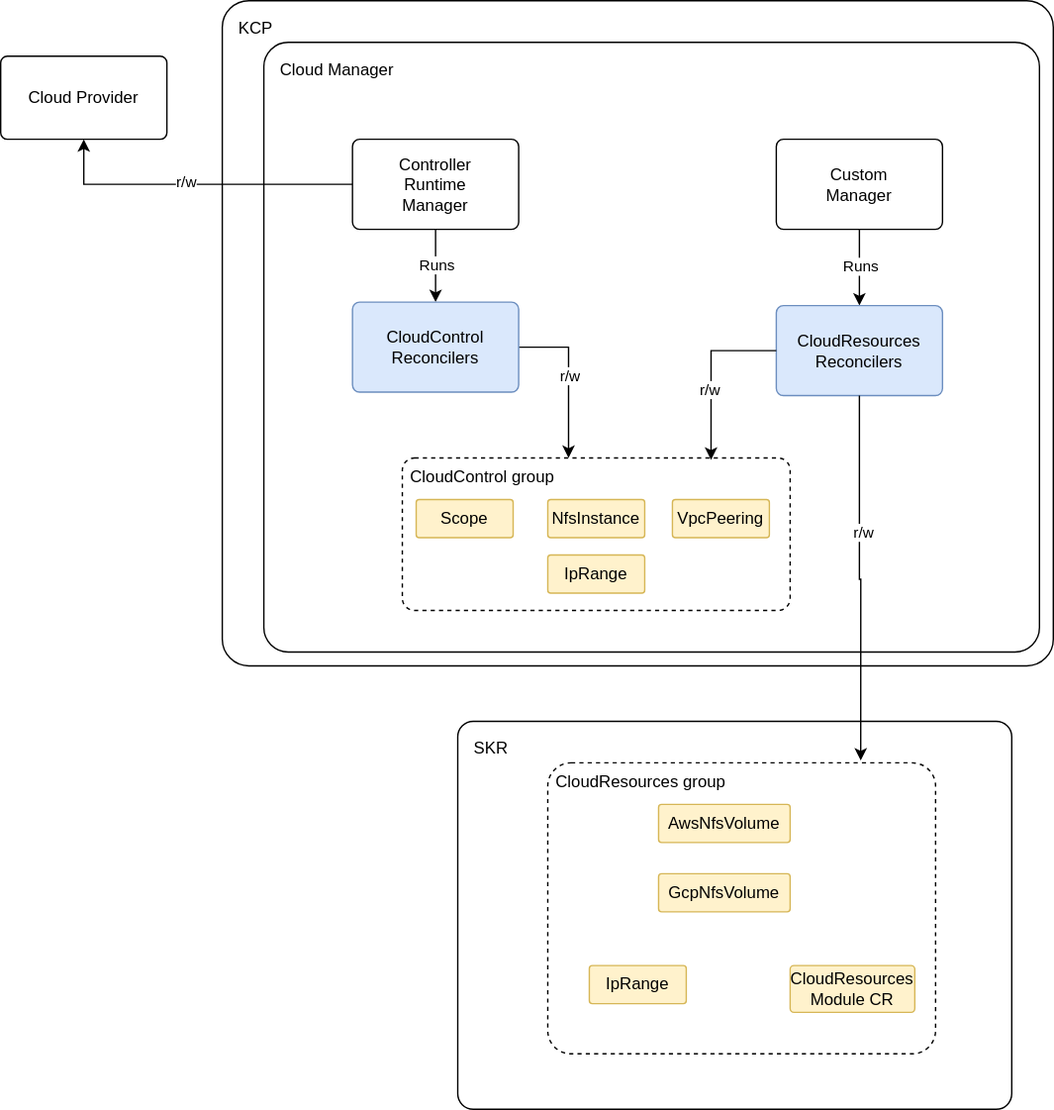
Earlier version of the draw.io export docs/contributor/architecture/assets/api-and-reconcilers.drawio.svg (kyma-project/cloud-manager). Source tidied: cells renumbered, new cells last; positions are measured from the earlier drawing's top-left corner, leaving out a move shared by most shapes.
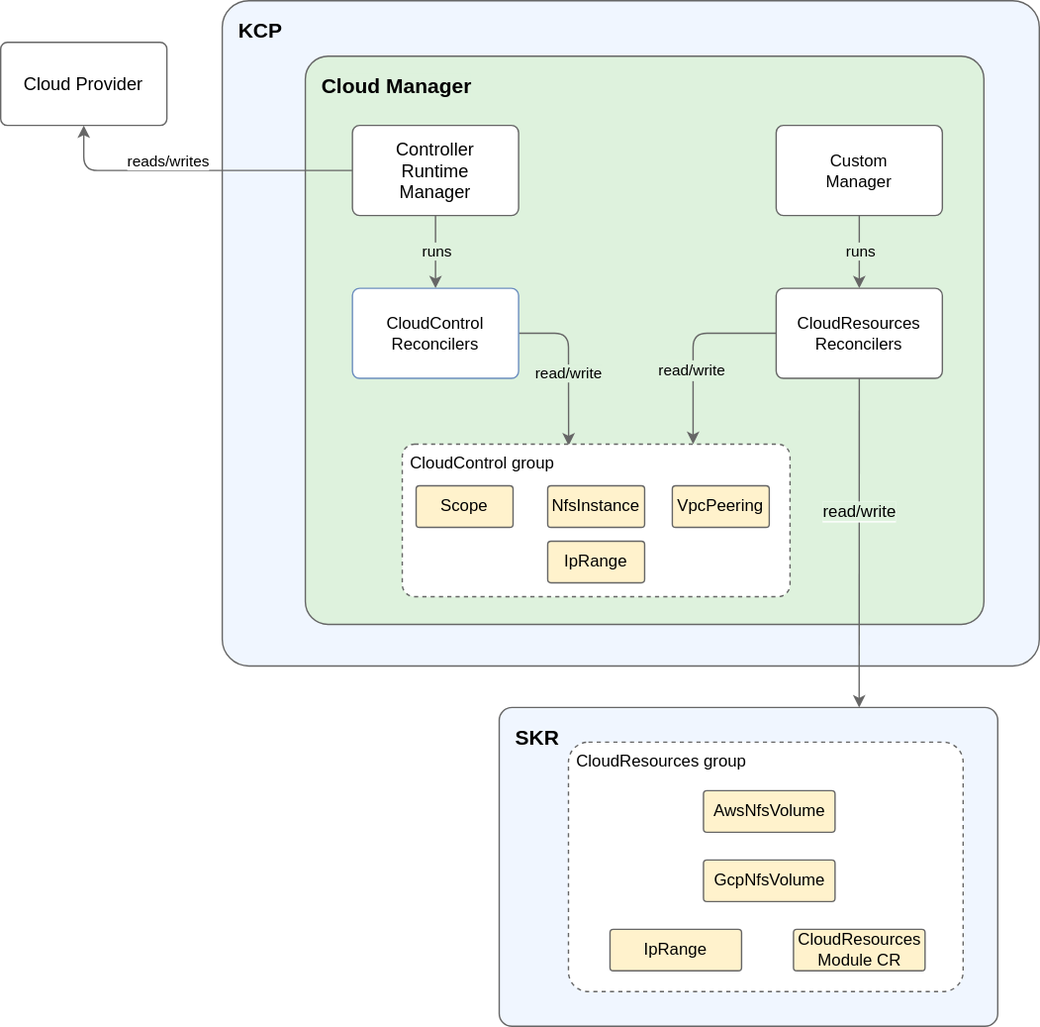
The same file after the commit.

Commit message:
Align diagrams with content guidelines

Diff of the diagram source:
```diff
@@ -1,106 +1,118 @@
-<mxGraphModel>
+<mxGraphModel background="#FFFFFF">
   <root>
     <mxCell id="0" />
     <mxCell id="1" parent="0" />
-    <mxCell id="2" value="Cloud Provider" style="rounded=1;whiteSpace=wrap;html=1;arcSize=8;" parent="1" vertex="1">
+    <mxCell id="2" value="Cloud Provider" style="rounded=1;whiteSpace=wrap;html=1;arcSize=8;strokeColor=#666666;fillColor=#FFFFFF;fontSize=13;fontColor=#000000;" parent="1" vertex="1">
       <mxGeometry y="40" width="120" height="60" as="geometry" />
     </mxCell>
-    <mxCell id="3" value="KCP" style="rounded=1;whiteSpace=wrap;html=1;align=left;verticalAlign=top;spacingLeft=4;spacing=8;perimeterSpacing=0;glass=0;shadow=0;arcSize=4;" parent="1" vertex="1">
-      <mxGeometry x="160" width="600" height="480" as="geometry" />
+    <mxCell id="3" value="&lt;font size=&quot;1&quot; style=&quot;background-color: rgb(240, 246, 255);&quot; color=&quot;#000000&quot;&gt;&lt;b style=&quot;font-size: 15px;&quot;&gt;KCP&lt;/b&gt;&lt;/font&gt;" style="rounded=1;whiteSpace=wrap;html=1;align=left;verticalAlign=top;spacingLeft=4;spacing=8;perimeterSpacing=0;glass=0;shadow=0;arcSize=4;fillColor=#F0F6FF;strokeColor=#666666;" parent="1" vertex="1">
+      <mxGeometry x="160" y="10" width="590" height="480" as="geometry" />
     </mxCell>
-    <mxCell id="4" value="Cloud Manager" style="rounded=1;whiteSpace=wrap;html=1;align=left;verticalAlign=top;spacingLeft=4;spacing=8;arcSize=4;" parent="1" vertex="1">
-      <mxGeometry x="190" y="30" width="560" height="440" as="geometry" />
+    <mxCell id="4" value="&lt;font style=&quot;background-color: rgb(222, 242, 221); font-size: 15px;&quot; color=&quot;#000000&quot;&gt;&lt;b&gt;Cloud Manager&lt;/b&gt;&lt;/font&gt;" style="rounded=1;whiteSpace=wrap;html=1;align=left;verticalAlign=top;spacingLeft=4;spacing=8;arcSize=4;fillColor=#DEF2DD;strokeColor=#666666;" parent="1" vertex="1">
+      <mxGeometry x="220" y="50" width="490" height="410" as="geometry" />
     </mxCell>
-    <mxCell id="5" style="edgeStyle=orthogonalEdgeStyle;rounded=0;jettySize=auto;html=1;entryX=0.5;entryY=0;entryDx=0;entryDy=0;" parent="1" edge="1" source="9" target="15">
-      <mxGeometry relative="1" as="geometry" />
+    <mxCell id="5" style="edgeStyle=orthogonalEdgeStyle;rounded=1;jettySize=auto;html=1;entryX=0.5;entryY=0;entryDx=0;entryDy=0;strokeColor=#666666;fontColor=#000000;" parent="1" edge="1" source="9" target="15">
+      <mxGeometry relative="1" as="geometry">
+        <Array as="points">
+          <mxPoint x="314" y="180" />
+          <mxPoint x="314" y="180" />
+        </Array>
+      </mxGeometry>
     </mxCell>
-    <mxCell id="6" value="Runs" style="edgeLabel;html=1;align=center;verticalAlign=middle;" parent="5" vertex="1">
+    <mxCell id="6" value="runs" style="edgeLabel;html=1;align=center;verticalAlign=middle;labelBackgroundColor=#DEF2DD;fontColor=#000000;" parent="5" vertex="1">
       <mxGeometry x="-0.05" relative="1" as="geometry" />
     </mxCell>
-    <mxCell id="7" style="edgeStyle=orthogonalEdgeStyle;rounded=0;jettySize=auto;html=1;entryX=0.5;entryY=1;entryDx=0;entryDy=0;" parent="1" edge="1" source="9" target="2">
-      <mxGeometry relative="1" as="geometry" />
+    <mxCell id="7" style="edgeStyle=orthogonalEdgeStyle;rounded=1;jettySize=auto;html=1;entryX=0.5;entryY=1;entryDx=0;entryDy=0;strokeColor=#666666;" parent="1" edge="1" source="9" target="2">
+      <mxGeometry relative="1" as="geometry">
+        <Array as="points">
+          <mxPoint x="60" y="133" />
+        </Array>
+      </mxGeometry>
     </mxCell>
-    <mxCell id="8" value="r/w" style="edgeLabel;html=1;align=center;verticalAlign=middle;" parent="7" vertex="1">
-      <mxGeometry x="0.07" y="-2" relative="1" as="geometry" />
+    <mxCell id="8" value="&lt;font style=&quot;background-color: rgb(255, 255, 255);&quot;&gt;reads/writes&lt;/font&gt;" style="edgeLabel;html=1;align=center;verticalAlign=middle;fontColor=#000000;" parent="7" vertex="1">
+      <mxGeometry x="0.07" y="-2" relative="1" as="geometry">
+        <mxPoint x="-13" y="-5" as="offset" />
+      </mxGeometry>
     </mxCell>
-    <mxCell id="9" value="Controller &lt;br&gt;Runtime &lt;br&gt;Manager" style="rounded=1;whiteSpace=wrap;html=1;align=center;verticalAlign=middle;spacingLeft=0;spacing=2;arcSize=8;" parent="1" vertex="1">
+    <mxCell id="9" value="&lt;font color=&quot;#000000&quot; style=&quot;font-size: 13px;&quot;&gt;Controller &lt;br&gt;Runtime &lt;br&gt;Manager&lt;/font&gt;" style="rounded=1;whiteSpace=wrap;html=1;align=center;verticalAlign=middle;spacingLeft=0;spacing=2;arcSize=8;fillColor=#FFFFFF;strokeColor=#666666;" parent="1" vertex="1">
       <mxGeometry x="254" y="100" width="120" height="65" as="geometry" />
     </mxCell>
-    <mxCell id="10" style="edgeStyle=orthogonalEdgeStyle;rounded=0;jettySize=auto;html=1;entryX=0.5;entryY=0;entryDx=0;entryDy=0;" parent="1" edge="1" source="12" target="16">
+    <mxCell id="10" style="edgeStyle=orthogonalEdgeStyle;rounded=1;jettySize=auto;html=1;entryX=0.5;entryY=0;entryDx=0;entryDy=0;strokeColor=#666666;" parent="1" edge="1" source="12" target="16">
       <mxGeometry relative="1" as="geometry" />
     </mxCell>
-    <mxCell id="11" value="Runs" style="edgeLabel;html=1;align=center;verticalAlign=middle;" parent="10" vertex="1">
+    <mxCell id="11" value="runs" style="edgeLabel;html=1;align=center;verticalAlign=middle;fontColor=#000000;labelBackgroundColor=#DEF2DD;" parent="10" vertex="1">
       <mxGeometry x="-0.05" relative="1" as="geometry" />
     </mxCell>
-    <mxCell id="12" value="Custom&lt;br&gt;Manager" style="rounded=1;whiteSpace=wrap;html=1;align=center;verticalAlign=middle;spacingLeft=0;spacing=2;arcSize=8;" parent="1" vertex="1">
+    <mxCell id="12" value="&lt;font style=&quot;background-color: rgb(255, 255, 255);&quot; color=&quot;#000000&quot;&gt;Custom&lt;br&gt;Manager&lt;/font&gt;" style="rounded=1;whiteSpace=wrap;html=1;align=center;verticalAlign=middle;spacingLeft=0;spacing=2;arcSize=8;fillColor=#FFFFFF;strokeColor=#666666;" parent="1" vertex="1">
       <mxGeometry x="560" y="100" width="120" height="65" as="geometry" />
     </mxCell>
-    <mxCell id="13" style="edgeStyle=orthogonalEdgeStyle;rounded=0;jettySize=auto;html=1;" parent="1" edge="1" source="15">
-      <mxGeometry relative="1" as="geometry">
-        <mxPoint x="410" y="330" as="targetPoint" />
-        <Array as="points">
-          <mxPoint x="410" y="250" />
-          <mxPoint x="410" y="330" />
-        </Array>
-      </mxGeometry>
-    </mxCell>
-    <mxCell id="14" value="r/w" style="edgeLabel;html=1;align=center;verticalAlign=middle;" parent="13" vertex="1">
-      <mxGeometry x="-0.03" relative="1" as="geometry" />
-    </mxCell>
+    <mxCell id="32" style="edgeStyle=none;rounded=1;html=1;exitX=1;exitY=0.5;exitDx=0;exitDy=0;entryX=0.429;entryY=0.009;entryDx=0;entryDy=0;entryPerimeter=0;strokeColor=#666666;fontSize=13;fontColor=#000000;" parent="1" edge="1" source="15" target="17">
+      <mxGeometry relative="1" as="geometry">
+        <Array as="points">
+          <mxPoint x="410" y="250" />
+        </Array>
+      </mxGeometry>
+    </mxCell>
+    <mxCell id="33" value="read/write" style="edgeLabel;html=1;align=center;verticalAlign=middle;fontSize=11;fontColor=#000000;labelBackgroundColor=#DEF2DD;" parent="32" vertex="1">
+      <mxGeometry x="0.09" y="-1" relative="1" as="geometry" />
+    </mxCell>
-    <mxCell id="15" value="CloudControl Reconcilers" style="rounded=1;whiteSpace=wrap;html=1;align=center;verticalAlign=middle;spacingLeft=0;spacing=2;arcSize=8;fillColor=#dae8fc;strokeColor=#6c8ebf;" parent="1" vertex="1">
+    <mxCell id="15" value="&lt;font color=&quot;#000000&quot;&gt;CloudControl Reconcilers&lt;/font&gt;" style="rounded=1;whiteSpace=wrap;html=1;align=center;verticalAlign=middle;spacingLeft=0;spacing=2;arcSize=8;fillColor=#FFFFFF;strokeColor=#6c8ebf;" parent="1" vertex="1">
       <mxGeometry x="254" y="217.5" width="120" height="65" as="geometry" />
     </mxCell>
+    <mxCell id="22" style="edgeStyle=none;rounded=1;html=1;exitX=0;exitY=0.5;exitDx=0;exitDy=0;entryX=0.75;entryY=0;entryDx=0;entryDy=0;strokeColor=#666666;fontSize=11;fontColor=#666666;" parent="1" edge="1" source="16" target="17">
+      <mxGeometry relative="1" as="geometry">
+        <Array as="points">
+          <mxPoint x="500" y="250" />
+          <mxPoint x="500" y="290" />
+        </Array>
+      </mxGeometry>
+    </mxCell>
+    <mxCell id="34" style="edgeStyle=none;rounded=1;html=1;exitX=0.5;exitY=1;exitDx=0;exitDy=0;strokeColor=#666666;fontSize=12;fontColor=#000000;entryX=0.722;entryY=0;entryDx=0;entryDy=0;entryPerimeter=0;" parent="1" edge="1" source="16" target="24">
+      <mxGeometry relative="1" as="geometry" />
+    </mxCell>
+    <mxCell id="35" value="&lt;span style=&quot;background-color: rgb(222, 242, 221);&quot;&gt;read/write&lt;/span&gt;" style="edgeLabel;html=1;align=center;verticalAlign=middle;fontSize=12;fontColor=#000000;" parent="34" vertex="1">
+      <mxGeometry x="-0.19" relative="1" as="geometry" />
+    </mxCell>
-    <mxCell id="16" value="CloudResources Reconcilers" style="rounded=1;whiteSpace=wrap;html=1;align=center;verticalAlign=middle;spacingLeft=0;spacing=2;arcSize=8;fillColor=#dae8fc;strokeColor=#6c8ebf;" parent="1" vertex="1">
-      <mxGeometry x="560" y="220" width="120" height="65" as="geometry" />
+    <mxCell id="16" value="CloudResources Reconcilers" style="rounded=1;whiteSpace=wrap;html=1;align=center;verticalAlign=middle;spacingLeft=0;spacing=2;arcSize=8;fillColor=#FFFFFF;strokeColor=#666666;fontColor=#000000;" parent="1" vertex="1">
+      <mxGeometry x="560" y="217.5" width="120" height="65" as="geometry" />
     </mxCell>
-    <mxCell id="17" value="CloudControl group" style="rounded=1;whiteSpace=wrap;html=1;align=left;verticalAlign=top;spacingLeft=4;spacing=2;arcSize=8;dashed=1;" parent="1" vertex="1">
+    <mxCell id="17" value="&lt;font style=&quot;font-size: 12px;&quot; color=&quot;#000000&quot;&gt;CloudControl group&lt;/font&gt;" style="rounded=1;whiteSpace=wrap;html=1;align=left;verticalAlign=top;spacingLeft=4;spacing=2;arcSize=8;dashed=1;fillColor=#FFFFFF;strokeColor=#666666;" parent="1" vertex="1">
       <mxGeometry x="290" y="330" width="280" height="110" as="geometry" />
     </mxCell>
-    <mxCell id="18" value="Scope" style="rounded=1;whiteSpace=wrap;html=1;align=center;verticalAlign=middle;spacingLeft=0;spacing=2;arcSize=8;fillColor=#fff2cc;strokeColor=#d6b656;" parent="1" vertex="1">
-      <mxGeometry x="300" y="360" width="70" height="27.5" as="geometry" />
+    <mxCell id="18" value="&lt;font color=&quot;#000000&quot;&gt;Scope&lt;/font&gt;" style="rounded=1;whiteSpace=wrap;html=1;align=center;verticalAlign=middle;spacingLeft=0;spacing=2;arcSize=8;fillColor=#fff2cc;strokeColor=#666666;" parent="1" vertex="1">
+      <mxGeometry x="300" y="360" width="70" height="30" as="geometry" />
     </mxCell>
-    <mxCell id="19" value="VpcPeering" style="rounded=1;whiteSpace=wrap;html=1;align=center;verticalAlign=middle;spacingLeft=0;spacing=2;arcSize=8;fillColor=#fff2cc;strokeColor=#d6b656;" parent="1" vertex="1">
-      <mxGeometry x="485" y="360" width="70" height="27.5" as="geometry" />
+    <mxCell id="19" value="&lt;font color=&quot;#000000&quot;&gt;VpcPeering&lt;/font&gt;" style="rounded=1;whiteSpace=wrap;html=1;align=center;verticalAlign=middle;spacingLeft=0;spacing=2;arcSize=8;fillColor=#fff2cc;strokeColor=#666666;" parent="1" vertex="1">
+      <mxGeometry x="485" y="360" width="70" height="30" as="geometry" />
     </mxCell>
-    <mxCell id="20" value="NfsInstance" style="rounded=1;whiteSpace=wrap;html=1;align=center;verticalAlign=middle;spacingLeft=0;spacing=2;arcSize=8;fillColor=#fff2cc;strokeColor=#d6b656;" parent="1" vertex="1">
-      <mxGeometry x="395" y="360" width="70" height="27.5" as="geometry" />
+    <mxCell id="20" value="&lt;font color=&quot;#000000&quot;&gt;NfsInstance&lt;/font&gt;" style="rounded=1;whiteSpace=wrap;html=1;align=center;verticalAlign=middle;spacingLeft=0;spacing=2;arcSize=8;fillColor=#FFF2CC;strokeColor=#666666;" parent="1" vertex="1">
+      <mxGeometry x="395" y="360" width="70" height="30" as="geometry" />
     </mxCell>
-    <mxCell id="21" value="IpRange" style="rounded=1;whiteSpace=wrap;html=1;align=center;verticalAlign=middle;spacingLeft=0;spacing=2;arcSize=8;fillColor=#fff2cc;strokeColor=#d6b656;" parent="1" vertex="1">
-      <mxGeometry x="395" y="400" width="70" height="27.5" as="geometry" />
+    <mxCell id="21" value="&lt;font color=&quot;#000000&quot;&gt;IpRange&lt;/font&gt;" style="rounded=1;whiteSpace=wrap;html=1;align=center;verticalAlign=middle;spacingLeft=0;spacing=2;arcSize=8;fillColor=#fff2cc;strokeColor=#666666;" parent="1" vertex="1">
+      <mxGeometry x="395" y="400" width="70" height="30" as="geometry" />
     </mxCell>
-    <mxCell id="22" style="edgeStyle=orthogonalEdgeStyle;rounded=0;jettySize=auto;html=1;entryX=0.796;entryY=0.012;entryDx=0;entryDy=0;entryPerimeter=0;" parent="1" edge="1" source="16" target="17">
-      <mxGeometry relative="1" as="geometry">
-        <Array as="points">
-          <mxPoint x="513" y="252" />
-        </Array>
-      </mxGeometry>
-    </mxCell>
-    <mxCell id="23" value="r/w" style="edgeLabel;html=1;align=center;verticalAlign=middle;" parent="22" vertex="1">
-      <mxGeometry x="0.19" y="-1" relative="1" as="geometry" />
-    </mxCell>
-    <mxCell id="24" value="SKR" style="rounded=1;whiteSpace=wrap;html=1;align=left;verticalAlign=top;spacingLeft=4;spacing=8;perimeterSpacing=0;glass=0;shadow=0;arcSize=4;" parent="1" vertex="1">
-      <mxGeometry x="330" y="520" width="400" height="280" as="geometry" />
+    <mxCell id="24" value="&lt;font color=&quot;#000000&quot; style=&quot;font-size: 15px;&quot;&gt;&lt;b&gt;SKR&lt;/b&gt;&lt;/font&gt;" style="rounded=1;whiteSpace=wrap;html=1;align=left;verticalAlign=top;spacingLeft=4;spacing=8;perimeterSpacing=0;glass=0;shadow=0;arcSize=4;fillColor=#F0F6FF;strokeColor=#666666;" parent="1" vertex="1">
+      <mxGeometry x="360" y="520" width="360" height="230" as="geometry" />
     </mxCell>
-    <mxCell id="25" value="CloudResources group" style="rounded=1;whiteSpace=wrap;html=1;align=left;verticalAlign=top;spacingLeft=4;spacing=2;arcSize=8;dashed=1;" parent="1" vertex="1">
-      <mxGeometry x="395" y="550" width="280" height="210" as="geometry" />
+    <mxCell id="25" value="&lt;font style=&quot;font-size: 12px;&quot; color=&quot;#000000&quot;&gt;CloudResources group&lt;/font&gt;" style="rounded=1;whiteSpace=wrap;html=1;align=left;verticalAlign=top;spacingLeft=4;spacing=2;arcSize=8;dashed=1;fillColor=#FFFFFF;strokeColor=#666666;" parent="1" vertex="1">
+      <mxGeometry x="410" y="545" width="285" height="180" as="geometry" />
     </mxCell>
-    <mxCell id="26" value="AwsNfsVolume" style="rounded=1;whiteSpace=wrap;html=1;align=center;verticalAlign=middle;spacingLeft=0;spacing=2;arcSize=8;fillColor=#fff2cc;strokeColor=#d6b656;" parent="1" vertex="1">
-      <mxGeometry x="475" y="580" width="95" height="27.5" as="geometry" />
+    <mxCell id="26" value="&lt;font color=&quot;#000000&quot;&gt;AwsNfsVolume&lt;/font&gt;" style="rounded=1;whiteSpace=wrap;html=1;align=center;verticalAlign=middle;spacingLeft=0;spacing=2;arcSize=8;fillColor=#fff2cc;strokeColor=#666666;" parent="1" vertex="1">
+      <mxGeometry x="507.5" y="580" width="95" height="30" as="geometry" />
     </mxCell>
-    <mxCell id="27" value="CloudResources&lt;br&gt;Module CR" style="rounded=1;whiteSpace=wrap;html=1;align=center;verticalAlign=middle;spacingLeft=0;spacing=2;arcSize=8;fillColor=#fff2cc;strokeColor=#d6b656;" parent="1" vertex="1">
-      <mxGeometry x="570" y="696.2" width="90" height="33.8" as="geometry" />
+    <mxCell id="27" value="&lt;font color=&quot;#000000&quot;&gt;CloudResources&lt;br&gt;Module CR&lt;/font&gt;" style="rounded=1;whiteSpace=wrap;html=1;align=center;verticalAlign=middle;spacingLeft=0;spacing=2;arcSize=8;fillColor=#fff2cc;strokeColor=#666666;" parent="1" vertex="1">
+      <mxGeometry x="572.5" y="680" width="95" height="30" as="geometry" />
     </mxCell>
-    <mxCell id="28" value="IpRange" style="rounded=1;whiteSpace=wrap;html=1;align=center;verticalAlign=middle;spacingLeft=0;spacing=2;arcSize=8;fillColor=#fff2cc;strokeColor=#d6b656;" parent="1" vertex="1">
-      <mxGeometry x="425" y="696.2" width="70" height="27.5" as="geometry" />
+    <mxCell id="28" value="&lt;font color=&quot;#000000&quot;&gt;IpRange&lt;/font&gt;" style="rounded=1;whiteSpace=wrap;html=1;align=center;verticalAlign=middle;spacingLeft=0;spacing=2;arcSize=8;fillColor=#fff2cc;strokeColor=#666666;" parent="1" vertex="1">
+      <mxGeometry x="440" y="680" width="95" height="30" as="geometry" />
     </mxCell>
-    <mxCell id="29" value="GcpNfsVolume" style="rounded=1;whiteSpace=wrap;html=1;align=center;verticalAlign=middle;spacingLeft=0;spacing=2;arcSize=8;fillColor=#fff2cc;strokeColor=#d6b656;" parent="1" vertex="1">
-      <mxGeometry x="475" y="630" width="95" height="27.5" as="geometry" />
+    <mxCell id="29" value="&lt;font color=&quot;#000000&quot;&gt;GcpNfsVolume&lt;/font&gt;" style="rounded=1;whiteSpace=wrap;html=1;align=center;verticalAlign=middle;spacingLeft=0;spacing=2;arcSize=8;fillColor=#fff2cc;strokeColor=#666666;" parent="1" vertex="1">
+      <mxGeometry x="507.5" y="630" width="95" height="30" as="geometry" />
     </mxCell>
-    <mxCell id="30" style="edgeStyle=orthogonalEdgeStyle;rounded=0;jettySize=auto;html=1;entryX=0.807;entryY=-0.008;entryDx=0;entryDy=0;entryPerimeter=0;" parent="1" edge="1" source="16" target="25">
-      <mxGeometry relative="1" as="geometry" />
-    </mxCell>
-    <mxCell id="31" value="r/w" style="edgeLabel;html=1;align=center;verticalAlign=middle;" parent="30" vertex="1">
-      <mxGeometry x="-0.26" y="2" relative="1" as="geometry" />
-    </mxCell>
+    <mxCell id="36" value="&lt;font style=&quot;font-size: 11px;&quot;&gt;read/write&lt;/font&gt;" style="edgeLabel;html=1;align=center;verticalAlign=middle;fontSize=12;fontColor=#000000;labelBackgroundColor=#DEF2DD;" parent="1" vertex="1">
+      <mxGeometry x="500" y="280" as="geometry">
+        <mxPoint x="-2" y="-4" as="offset" />
+      </mxGeometry>
+    </mxCell>
   </root>
 </mxGraphModel>
```
